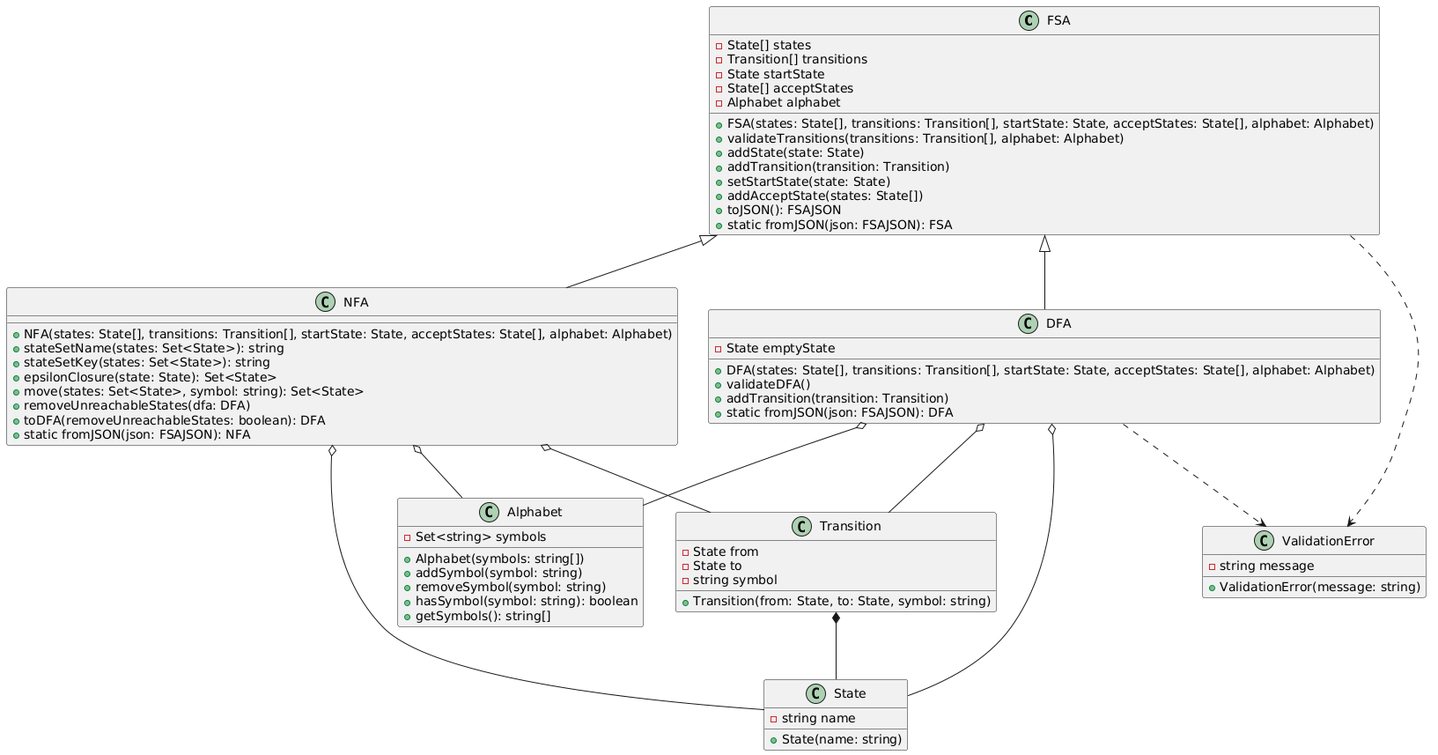
Above: docs/architecture.png in yalperg/otomat (PlantUML), before the change.
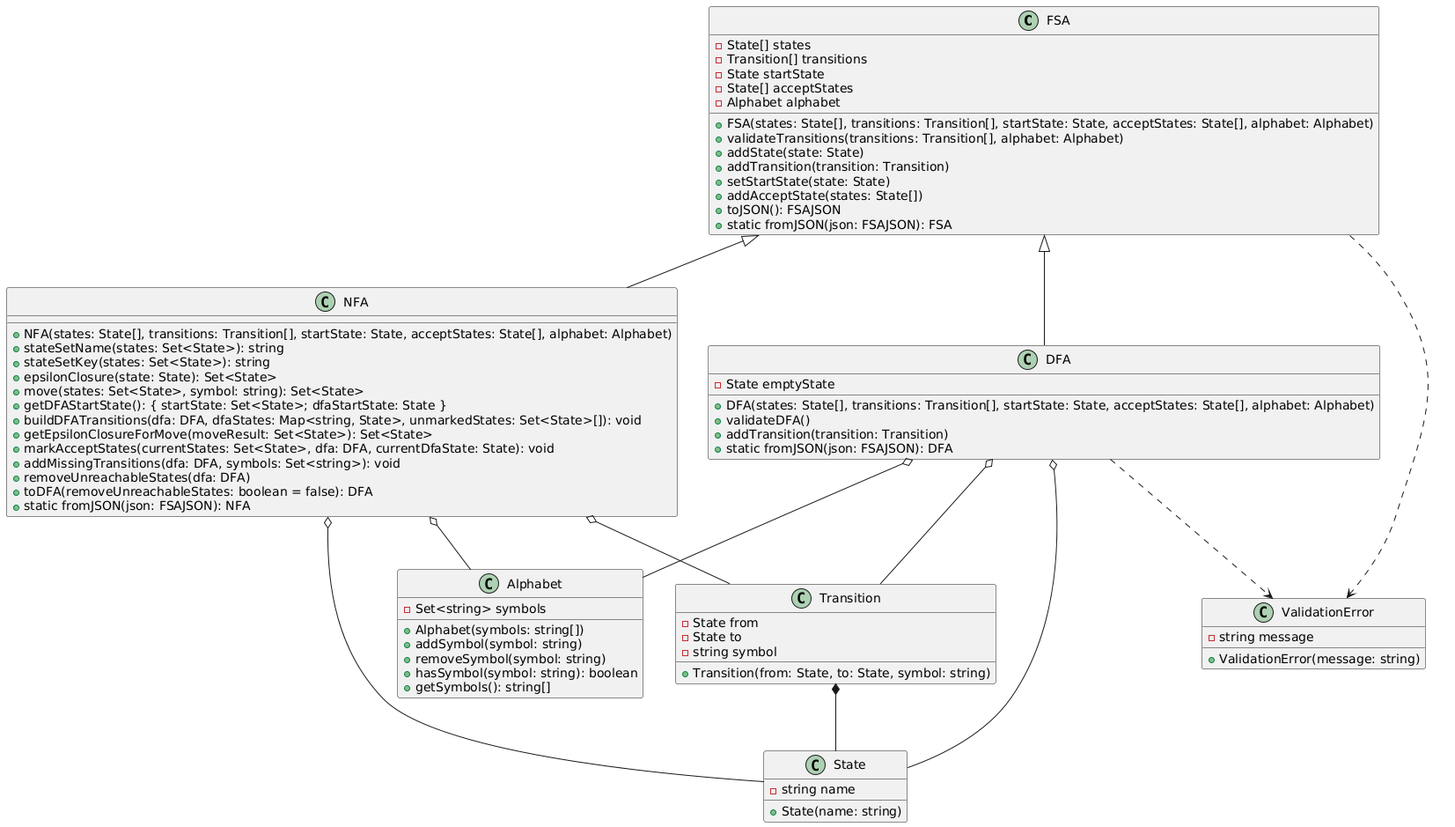
Later version of the same file.

Commit message:
refactor(NFA): break down `toDFA` method into smaller, reusable methods

Diff of the diagram source:
```diff
@@ -29,8 +29,13 @@
   + stateSetKey(states: Set<State>): string
   + epsilonClosure(state: State): Set<State>
   + move(states: Set<State>, symbol: string): Set<State>
+  + getDFAStartState(): { startState: Set<State>; dfaStartState: State }
+  + buildDFATransitions(dfa: DFA, dfaStates: Map<string, State>, unmarkedStates: Set<State>[]): void
+  + getEpsilonClosureForMove(moveResult: Set<State>): Set<State>
+  + markAcceptStates(currentStates: Set<State>, dfa: DFA, currentDfaState: State): void
+  + addMissingTransitions(dfa: DFA, symbols: Set<string>): void
   + removeUnreachableStates(dfa: DFA)
-  + toDFA(removeUnreachableStates: boolean): DFA
+  + toDFA(removeUnreachableStates: boolean = false): DFA
   + static fromJSON(json: FSAJSON): NFA
 }
 
```
